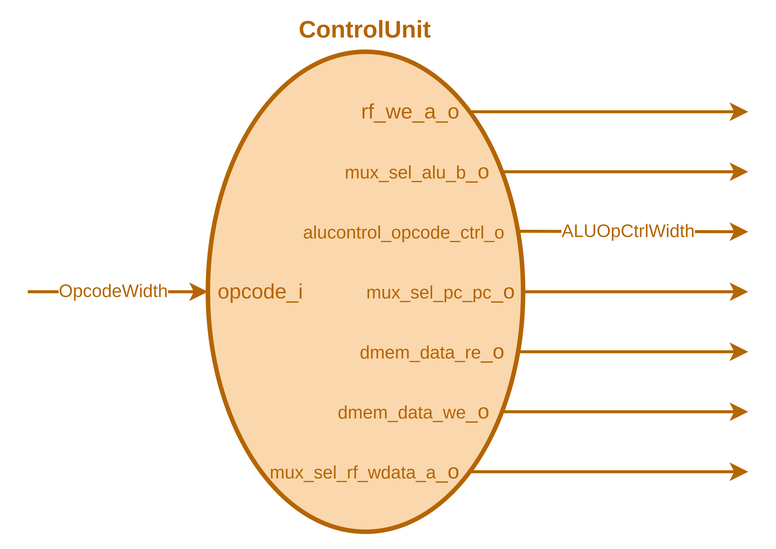
This is xmint/design/ControlUnit.png from Dark-GreenCat/xmint, a draw.io export, as it was before one commit. Source tidied: cells renumbered, new cells last; positions are measured from the earlier drawing's top-left corner, leaving out a move shared by most shapes.
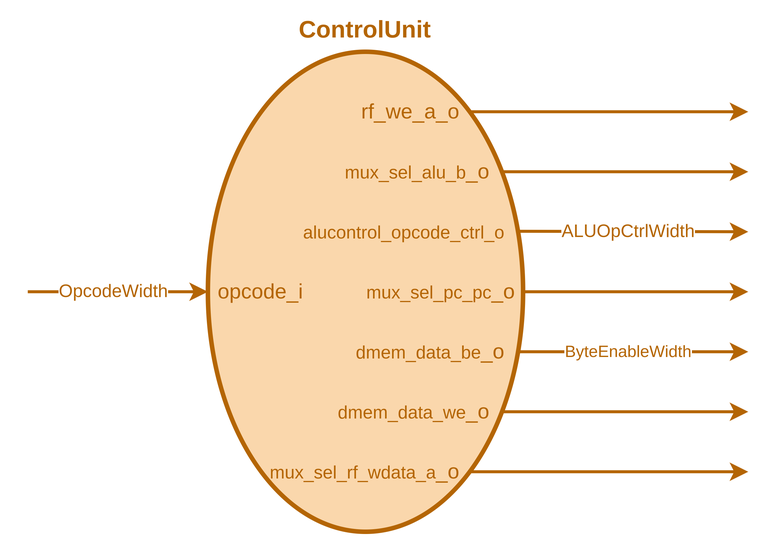
After the change.

Commit message:
[MODIFY] Design DMEM to be accessed to single byte of data

Diff of the diagram source:
```diff
@@ -7,6 +7,11 @@
         <mxPoint x="480" y="220" as="targetPoint" />
       </mxGeometry>
     </mxCell>
+    <mxCell id="22" value="&lt;font color=&quot;#b46504&quot;&gt;ByteEnableWidth&lt;/font&gt;" style="edgeLabel;html=1;align=center;verticalAlign=middle;fontColor=#99CCFF;" parent="2" vertex="1">
+      <mxGeometry x="-0.07" relative="1" as="geometry">
+        <mxPoint x="2" as="offset" />
+      </mxGeometry>
+    </mxCell>
     <mxCell id="3" style="endArrow=classic;html=1;fontSize=12;strokeWidth=2;fontFamily=Helvetica;strokeColor=#B46504;rounded=0;fontColor=#9673A6;startSize=4;exitX=0.932;exitY=0.75;exitDx=0;exitDy=0;exitPerimeter=0;" parent="1" edge="1" source="12">
       <mxGeometry relative="1" as="geometry">
         <mxPoint x="480" y="260" as="targetPoint" />
@@ -70,7 +75,7 @@
     <mxCell id="17" value="&lt;span style=&quot;font-size: 12px; text-align: center;&quot;&gt;mux_sel_pc_pc&lt;/span&gt;_o" style="text;html=1;strokeColor=none;fillColor=none;align=right;verticalAlign=middle;whiteSpace=wrap;rounded=0;fontSize=14;strokeWidth=3;fontFamily=Helvetica;fontColor=#B46504;fontStyle=0;labelBackgroundColor=none;" parent="1" vertex="1">
       <mxGeometry x="267" y="170" width="60" height="20" as="geometry" />
     </mxCell>
-    <mxCell id="18" value="&lt;span style=&quot;font-size: 12px; text-align: center;&quot;&gt;dmem_data_re&lt;/span&gt;_o" style="text;html=1;strokeColor=none;fillColor=none;align=right;verticalAlign=middle;whiteSpace=wrap;rounded=0;fontSize=14;strokeWidth=3;fontFamily=Helvetica;fontColor=#B46504;fontStyle=0;labelBackgroundColor=none;" parent="1" vertex="1">
+    <mxCell id="18" value="&lt;span style=&quot;font-size: 12px; text-align: center;&quot;&gt;dmem_data_be&lt;/span&gt;_o" style="text;html=1;strokeColor=none;fillColor=none;align=right;verticalAlign=middle;whiteSpace=wrap;rounded=0;fontSize=14;strokeWidth=3;fontFamily=Helvetica;fontColor=#B46504;fontStyle=0;labelBackgroundColor=none;" parent="1" vertex="1">
       <mxGeometry x="260" y="210" width="60" height="20" as="geometry" />
     </mxCell>
     <mxCell id="19" value="&lt;span style=&quot;font-size: 12px; text-align: center;&quot;&gt;dmem_data_we&lt;/span&gt;_o" style="text;html=1;strokeColor=none;fillColor=none;align=right;verticalAlign=middle;whiteSpace=wrap;rounded=0;fontSize=14;strokeWidth=3;fontFamily=Helvetica;fontColor=#B46504;fontStyle=0;labelBackgroundColor=none;" parent="1" vertex="1">
```
